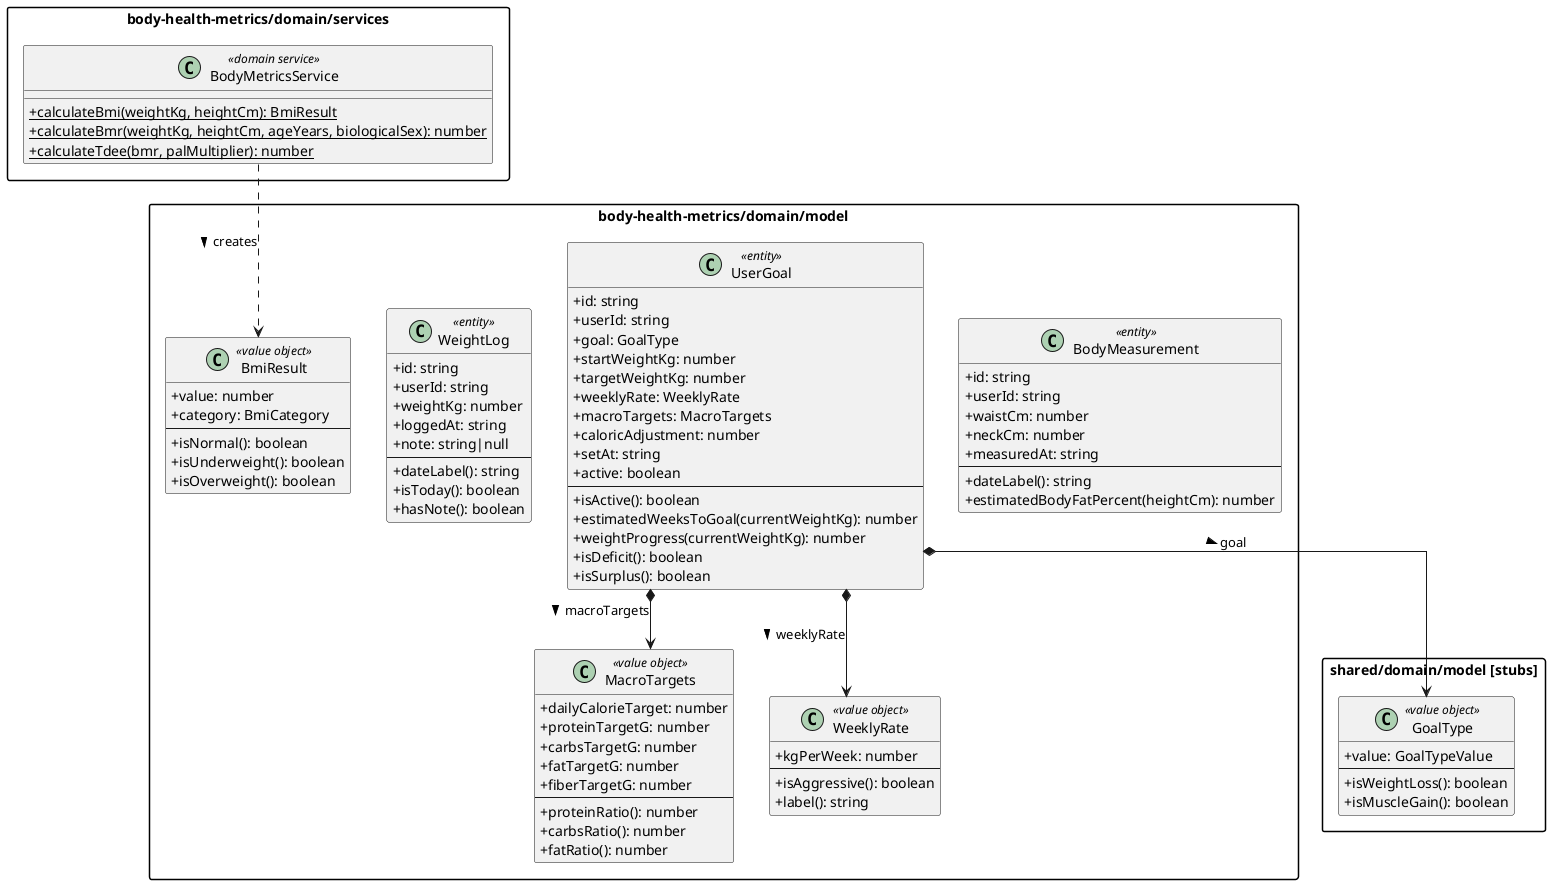
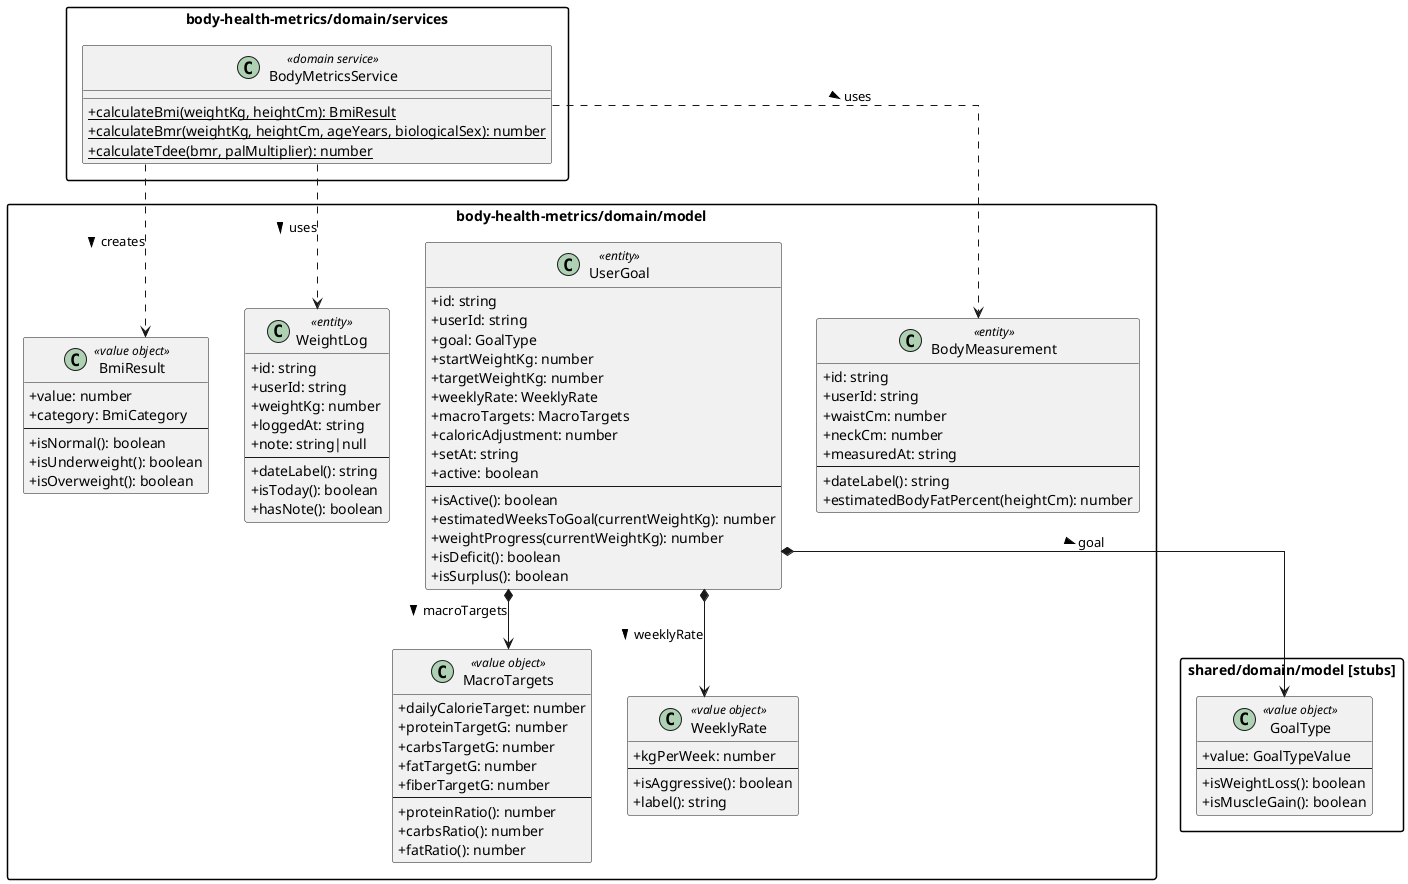
﻿@startuml
skinparam monochrome false
skinparam classAttributeIconSize 0
skinparam packageStyle rectangle
skinparam linetype ortho

package "shared/domain/model [stubs]" {
  class GoalType <<value object>> {
    + value: GoalTypeValue
    --
    + isWeightLoss(): boolean
    + isMuscleGain(): boolean
  }
}

package "body-health-metrics/domain/model" {

  class BodyMeasurement <<entity>> {
    + id: string
    + userId: string
    + waistCm: number
    + neckCm: number
    + measuredAt: string
    --
    + dateLabel(): string
    + estimatedBodyFatPercent(heightCm): number
  }

  class UserGoal <<entity>> {
    + id: string
    + userId: string
    + goal: GoalType
    + startWeightKg: number
    + targetWeightKg: number
    + weeklyRate: WeeklyRate
    + macroTargets: MacroTargets
    + caloricAdjustment: number
    + setAt: string
    + active: boolean
    --
    + isActive(): boolean
    + estimatedWeeksToGoal(currentWeightKg): number
    + weightProgress(currentWeightKg): number
    + isDeficit(): boolean
    + isSurplus(): boolean
  }

  class WeightLog <<entity>> {
    + id: string
    + userId: string
    + weightKg: number
    + loggedAt: string
    + note: string|null
    --
    + dateLabel(): string
    + isToday(): boolean
    + hasNote(): boolean
  }

  class BmiResult <<value object>> {
    + value: number
    + category: BmiCategory
    --
    + isNormal(): boolean
    + isUnderweight(): boolean
    + isOverweight(): boolean
  }

  class MacroTargets <<value object>> {
    + dailyCalorieTarget: number
    + proteinTargetG: number
    + carbsTargetG: number
    + fatTargetG: number
    + fiberTargetG: number
    --
    + proteinRatio(): number
    + carbsRatio(): number
    + fatRatio(): number
  }

  class WeeklyRate <<value object>> {
    + kgPerWeek: number
    --
    + isAggressive(): boolean
    + label(): string
  }
}

package "body-health-metrics/domain/services" {

  class BodyMetricsService <<domain service>> {
    + {static} calculateBmi(weightKg, heightCm): BmiResult
    + {static} calculateBmr(weightKg, heightCm, ageYears, biologicalSex): number
    + {static} calculateTdee(bmr, palMultiplier): number
  }
}

UserGoal *--> GoalType : goal >
UserGoal *--> WeeklyRate : weeklyRate >
UserGoal *--> MacroTargets : macroTargets >
BodyMetricsService ..> BmiResult : creates >
+ BodyMetricsService ..> WeightLog : uses >
+ BodyMetricsService ..> BodyMeasurement : uses >

@enduml
